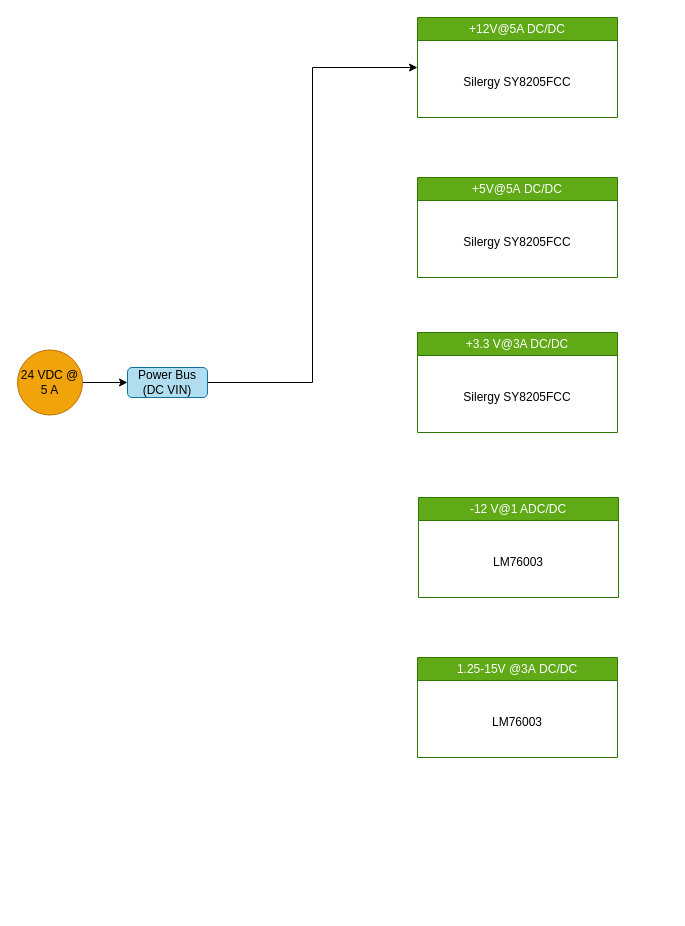
The draw.io diagram Documentación/Electrical power tree.drawio in HenryPabon09/Project_1_Power_supply, before the edit. Source tidied: cells renumbered, new cells numbered last; positions are measured from the earlier drawing's top-left corner, leaving out a move shared by most shapes. Both pictures are drawn from the tidied source at 100%, with x=0, y=0 at pixel (17, 17).
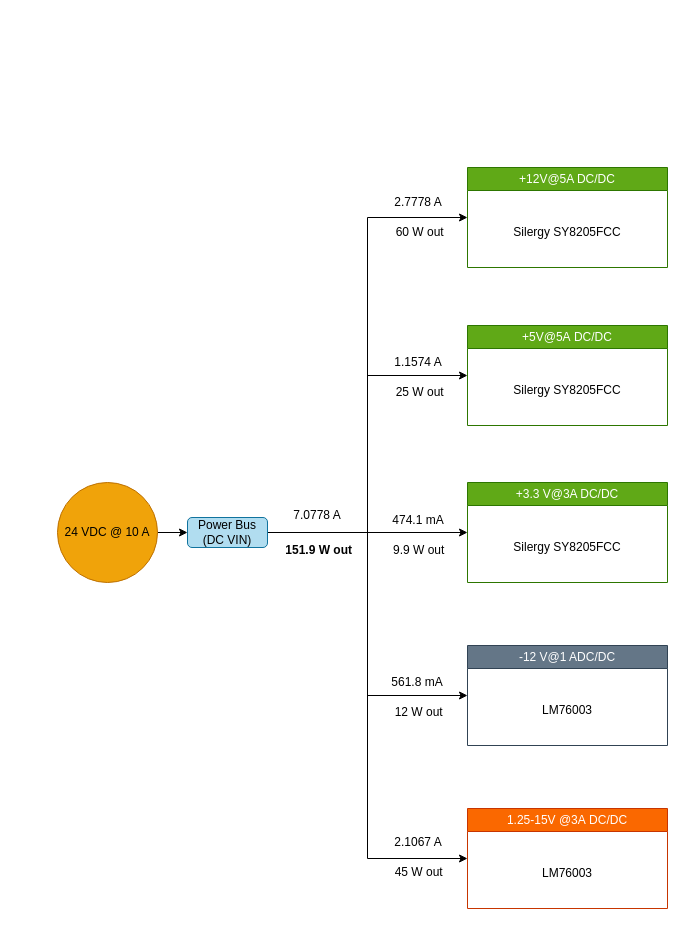
Above is the later version.

What changed in the source:
```diff
@@
+    <mxCell id="16" style="edgeStyle=orthogonalEdgeStyle;rounded=0;jettySize=auto;html=1;entryX=0;entryY=0.5;entryDx=0;entryDy=0;" parent="1" edge="1" source="3" target="8">
+      <mxGeometry relative="1" as="geometry" />
+    </mxCell>
+    <mxCell id="17" style="edgeStyle=orthogonalEdgeStyle;rounded=0;jettySize=auto;html=1;entryX=0;entryY=0.5;entryDx=0;entryDy=0;" parent="1" edge="1" source="3" target="10">
+      <mxGeometry relative="1" as="geometry" />
+    </mxCell>
+    <mxCell id="18" style="edgeStyle=orthogonalEdgeStyle;rounded=0;jettySize=auto;html=1;entryX=0;entryY=0.5;entryDx=0;entryDy=0;" parent="1" edge="1" source="3" target="12">
+      <mxGeometry relative="1" as="geometry" />
+    </mxCell>
+    <mxCell id="19" style="edgeStyle=orthogonalEdgeStyle;rounded=0;jettySize=auto;html=1;entryX=0;entryY=0.5;entryDx=0;entryDy=0;" parent="1" edge="1" source="3" target="14">
+      <mxGeometry relative="1" as="geometry" />
+    </mxCell>
     <mxCell id="3" value="Power Bus (DC VIN)" style="rounded=1;whiteSpace=wrap;html=1;fillColor=#b1ddf0;strokeColor=#10739e;" parent="1" vertex="1">
-      <mxGeometry x="110" y="350" width="80" height="30" as="geometry" />
+      <mxGeometry x="170" y="500" width="80" height="30" as="geometry" />
     </mxCell>
@@
-    <mxCell id="5" value="&lt;span style=&quot;text-decoration-line: inherit; background-color: transparent; color: light-dark(rgb(0, 0, 0), rgb(255, 255, 255));&quot;&gt;24 VDC @ 5 A&lt;/span&gt;" style="ellipse;whiteSpace=wrap;html=1;shapeInside=1;fillColor=#f0a30a;fontColor=#000000;strokeColor=#BD7000;" parent="1" vertex="1">
-      <mxGeometry y="332.5" width="65" height="65" as="geometry" />
+    <mxCell id="5" value="&lt;span style=&quot;text-decoration-line: inherit; background-color: transparent; color: light-dark(rgb(0, 0, 0), rgb(255, 255, 255));&quot;&gt;24 VDC @ 10 A&lt;/span&gt;" style="ellipse;whiteSpace=wrap;html=1;shapeInside=1;fillColor=#f0a30a;fontColor=#000000;strokeColor=#BD7000;" parent="1" vertex="1">
+      <mxGeometry x="40" y="465" width="100" height="100" as="geometry" />
     </mxCell>
     <mxCell id="6" value="&lt;span style=&quot;font-weight: 400;&quot;&gt;+12V@5A DC/DC&lt;/span&gt;" style="swimlane;whiteSpace=wrap;html=1;fillColor=#60a917;fontColor=#ffffff;strokeColor=#2D7600;" parent="1" vertex="1">
-      <mxGeometry x="400" width="200" height="100" as="geometry" />
+      <mxGeometry x="450" y="150" width="200" height="100" as="geometry" />
     </mxCell>
@@
     <mxCell id="8" value="&lt;span style=&quot;color: rgb(255, 255, 255); font-weight: 400;&quot;&gt;+5V@5A&lt;/span&gt;&lt;span style=&quot;font-weight: 400;&quot;&gt;&amp;nbsp;DC/DC&lt;/span&gt;" style="swimlane;whiteSpace=wrap;html=1;fillColor=#60a917;fontColor=#ffffff;strokeColor=#2D7600;" parent="1" vertex="1">
-      <mxGeometry x="400" y="160" width="200" height="100" as="geometry" />
+      <mxGeometry x="450" y="308" width="200" height="100" as="geometry" />
     </mxCell>
@@
     <mxCell id="10" value="&lt;span style=&quot;color: rgb(255, 255, 255); font-weight: 400;&quot;&gt;+3.3 V@3A DC/DC&lt;/span&gt;" style="swimlane;whiteSpace=wrap;html=1;fillColor=#60a917;fontColor=#ffffff;strokeColor=#2D7600;" parent="1" vertex="1">
-      <mxGeometry x="400" y="315" width="200" height="100" as="geometry" />
+      <mxGeometry x="450" y="465" width="200" height="100" as="geometry" />
     </mxCell>
@@
-    <mxCell id="12" value="&lt;span style=&quot;color: rgb(255, 255, 255); font-weight: 400;&quot;&gt;&lt;span style=&quot;color: rgb(255, 255, 255);&quot;&gt;-12 V@1 A&lt;/span&gt;DC/DC&lt;/span&gt;" style="swimlane;whiteSpace=wrap;html=1;fillColor=#60a917;fontColor=#ffffff;strokeColor=#2D7600;" parent="1" vertex="1">
-      <mxGeometry x="401" y="480" width="200" height="100" as="geometry" />
+    <mxCell id="12" value="&lt;span style=&quot;color: rgb(255, 255, 255); font-weight: 400;&quot;&gt;&lt;span style=&quot;color: rgb(255, 255, 255);&quot;&gt;-12 V@1 A&lt;/span&gt;DC/DC&lt;/span&gt;" style="swimlane;whiteSpace=wrap;html=1;fillColor=#647687;fontColor=#ffffff;strokeColor=#314354;" parent="1" vertex="1">
+      <mxGeometry x="450" y="628" width="200" height="100" as="geometry" />
     </mxCell>
@@
-    <mxCell id="14" value="&lt;span style=&quot;color: rgb(255, 255, 255); font-weight: 400;&quot;&gt;&lt;span style=&quot;color: rgb(255, 255, 255);&quot;&gt;1.25-15V @3A&amp;nbsp;&lt;/span&gt;DC/DC&lt;/span&gt;" style="swimlane;whiteSpace=wrap;html=1;fillColor=#60a917;fontColor=#ffffff;strokeColor=#2D7600;" parent="1" vertex="1">
-      <mxGeometry x="400" y="640" width="200" height="100" as="geometry" />
+    <mxCell id="14" value="&lt;span style=&quot;color: rgb(255, 255, 255); font-weight: 400;&quot;&gt;&lt;span style=&quot;color: rgb(255, 255, 255);&quot;&gt;1.25-15V @3A&amp;nbsp;&lt;/span&gt;DC/DC&lt;/span&gt;" style="swimlane;whiteSpace=wrap;html=1;fillColor=#fa6800;fontColor=#000000;strokeColor=#C73500;" parent="1" vertex="1">
+      <mxGeometry x="450" y="791" width="200" height="100" as="geometry" />
     </mxCell>
@@
+    <mxCell id="20" value="&amp;nbsp;60 W out" style="text;html=1;whiteSpace=wrap;strokeColor=none;fillColor=none;align=center;verticalAlign=middle;rounded=0;" parent="1" vertex="1">
+      <mxGeometry x="371" y="200" width="60" height="30" as="geometry" />
+    </mxCell>
+    <mxCell id="21" value="&amp;nbsp;25 W out" style="text;html=1;whiteSpace=wrap;strokeColor=none;fillColor=none;align=center;verticalAlign=middle;rounded=0;" parent="1" vertex="1">
+      <mxGeometry x="371" y="360" width="60" height="30" as="geometry" />
+    </mxCell>
+    <mxCell id="22" value="&amp;nbsp;9.9 W out" style="text;html=1;whiteSpace=wrap;strokeColor=none;fillColor=none;align=center;verticalAlign=middle;rounded=0;" parent="1" vertex="1">
+      <mxGeometry x="370" y="517.5" width="60" height="30" as="geometry" />
+    </mxCell>
+    <mxCell id="23" value="&amp;nbsp;12 W out" style="text;html=1;whiteSpace=wrap;strokeColor=none;fillColor=none;align=center;verticalAlign=middle;rounded=0;" parent="1" vertex="1">
+      <mxGeometry x="370" y="680" width="60" height="30" as="geometry" />
+    </mxCell>
+    <mxCell id="24" value="&amp;nbsp;45 W out" style="text;html=1;whiteSpace=wrap;strokeColor=none;fillColor=none;align=center;verticalAlign=middle;rounded=0;" parent="1" vertex="1">
+      <mxGeometry x="370" y="840" width="60" height="30" as="geometry" />
+    </mxCell>
+    <mxCell id="25" value="&amp;nbsp;151.9 W out" style="text;html=1;whiteSpace=wrap;strokeColor=none;fillColor=none;align=center;verticalAlign=middle;rounded=0;fontStyle=1;fontColor=light-dark(#000000,#FFFFFF);" parent="1" vertex="1">
+      <mxGeometry x="260" y="517.5" width="80" height="30" as="geometry" />
+    </mxCell>
+    <mxCell id="26" value="2.7778 A" style="text;html=1;whiteSpace=wrap;strokeColor=none;fillColor=none;align=center;verticalAlign=middle;rounded=0;fontColor=light-dark(#000000,#FF0000);" parent="1" vertex="1">
+      <mxGeometry x="371" y="170" width="60" height="30" as="geometry" />
+    </mxCell>
+    <mxCell id="27" value="1.1574 A" style="text;html=1;whiteSpace=wrap;strokeColor=none;fillColor=none;align=center;verticalAlign=middle;rounded=0;fontColor=light-dark(#000000,#FF0000);" parent="1" vertex="1">
+      <mxGeometry x="371" y="330" width="60" height="30" as="geometry" />
+    </mxCell>
+    <mxCell id="28" value="474.1 mA" style="text;html=1;whiteSpace=wrap;strokeColor=none;fillColor=none;align=center;verticalAlign=middle;rounded=0;fontColor=light-dark(#000000,#FF0000);" parent="1" vertex="1">
+      <mxGeometry x="371" y="487.5" width="60" height="30" as="geometry" />
+    </mxCell>
+    <mxCell id="29" value="561.8 mA" style="text;html=1;whiteSpace=wrap;strokeColor=none;fillColor=none;align=center;verticalAlign=middle;rounded=0;fontColor=light-dark(#000000,#FF0000);" parent="1" vertex="1">
+      <mxGeometry x="370" y="650" width="60" height="30" as="geometry" />
+    </mxCell>
+    <mxCell id="30" value="2.1067 A" style="text;html=1;whiteSpace=wrap;strokeColor=none;fillColor=none;align=center;verticalAlign=middle;rounded=0;fontColor=light-dark(#000000,#FF0000);" parent="1" vertex="1">
+      <mxGeometry x="371" y="810" width="60" height="30" as="geometry" />
+    </mxCell>
+    <mxCell id="31" value="7.0778 A" style="text;html=1;whiteSpace=wrap;strokeColor=none;fillColor=none;align=center;verticalAlign=middle;rounded=0;fontColor=light-dark(#000000,#FF0000);" parent="1" vertex="1">
+      <mxGeometry x="270" y="482.5" width="60" height="30" as="geometry" />
+    </mxCell>
```
